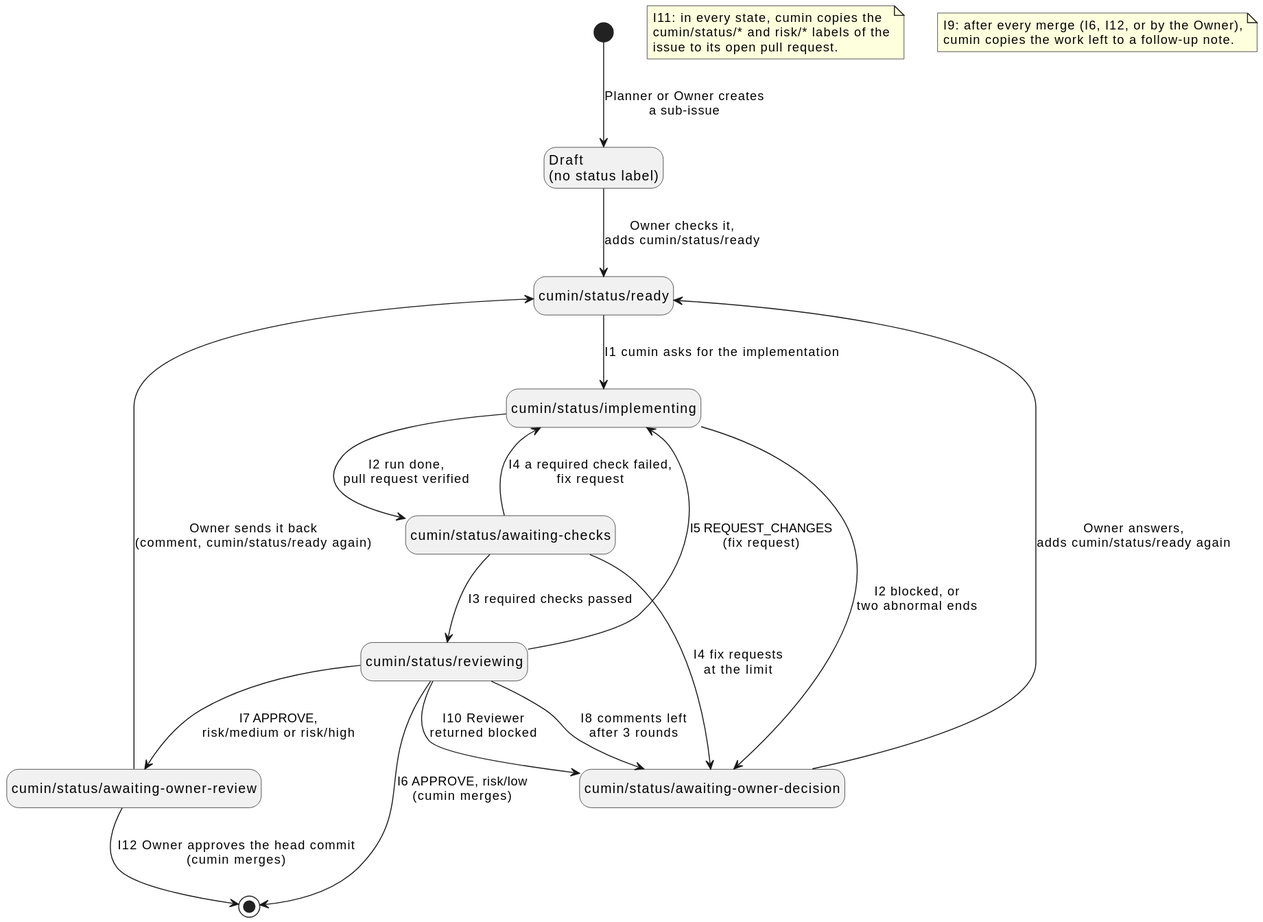
Before: docs/ja/requirements/workflow/implementation-issue-states.svg, a diagram exported from PlantUML (cloveclovedev/cumin-works).
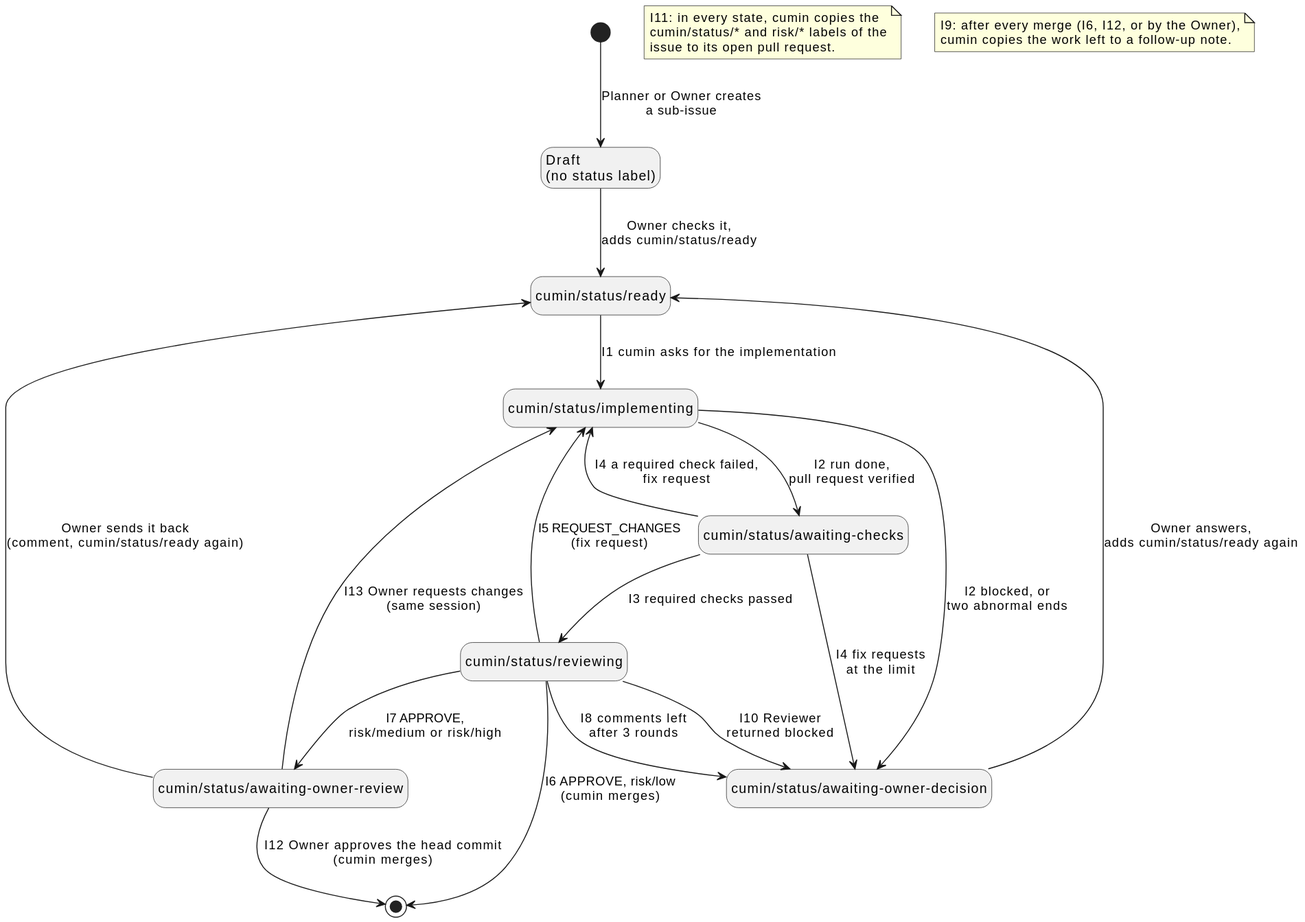
After the commit.

Commit message:
docs(requirements): send a pull request back when the Owner requests changes (I13) (#393)

Diff of the diagram source:
```diff
@@ -24,6 +24,7 @@
 Reviewing --> Decision : I8 comments left\nafter 3 rounds
 Reviewing --> Decision : I10 Reviewer\nreturned blocked
 OwnerReview --> [*] : I12 Owner approves the head commit\n(cumin merges)
+OwnerReview --> Implementing : I13 Owner requests changes\n(same session)
 OwnerReview --> Ready : Owner sends it back\n(comment, cumin/status/ready again)
 Decision --> Ready : Owner answers,\nadds cumin/status/ready again
 
```
